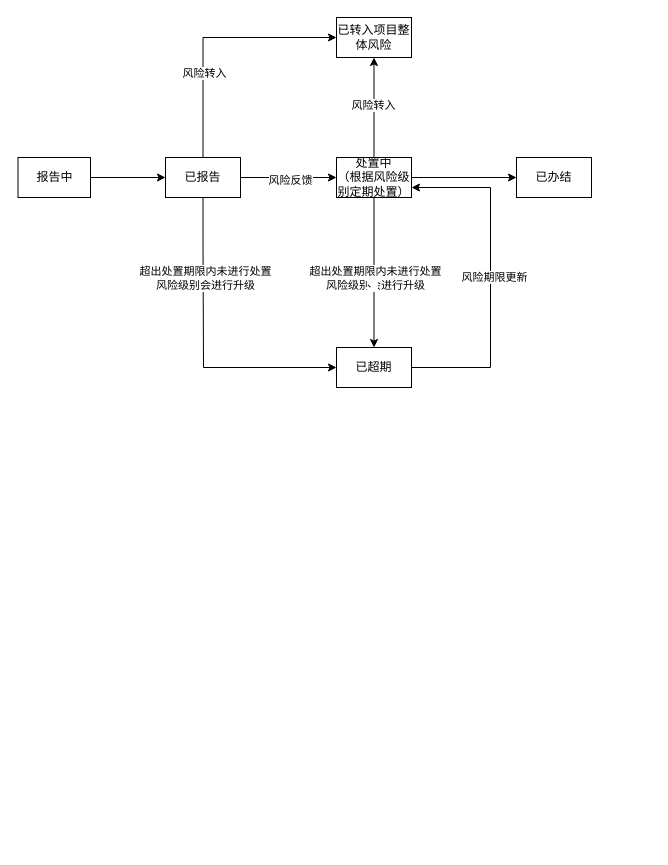
Above: draw/工作.drawio in BxcGit/draw (draw.io), before the change. Source tidied: cells renumbered, new cells numbered last; positions are measured from the earlier drawing's top-left corner, leaving out a move shared by most shapes. Both pictures are drawn from the tidied source at 100%, with x=0, y=0 at pixel (18, 17).
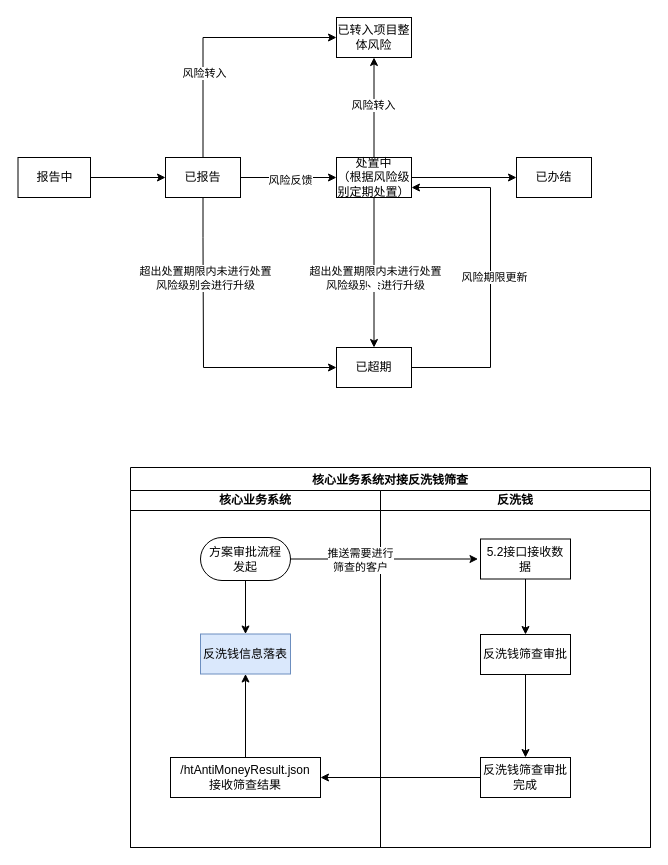
The same page after the edit.

Change to the diagram source:
```diff
@@
+    <mxCell id="23" value="核心业务系统对接反洗钱筛查" style="swimlane;" parent="1" vertex="1">
+      <mxGeometry x="112" y="450" width="520" height="380" as="geometry" />
+    </mxCell>
+    <mxCell id="24" value="核心业务系统" style="swimlane;startSize=20;whiteSpace=wrap;html=1;" parent="23" vertex="1">
+      <mxGeometry y="23" width="250" height="357" as="geometry" />
+    </mxCell>
+    <mxCell id="25" style="edgeStyle=orthogonalEdgeStyle;rounded=0;jettySize=auto;html=1;entryX=0.5;entryY=0;entryDx=0;entryDy=0;" parent="24" edge="1" source="26" target="27">
+      <mxGeometry relative="1" as="geometry" />
+    </mxCell>
+    <mxCell id="26" value="方案审批流程&lt;div&gt;发起&lt;/div&gt;" style="rounded=1;whiteSpace=wrap;html=1;arcSize=50;" parent="24" vertex="1">
+      <mxGeometry x="70" y="47" width="90" height="43" as="geometry" />
+    </mxCell>
+    <mxCell id="27" value="反洗钱信息落表" style="rounded=0;whiteSpace=wrap;html=1;align=center;verticalAlign=middle;fillColor=#dae8fc;strokeColor=#6c8ebf;" parent="24" vertex="1">
+      <mxGeometry x="70" y="143.5" width="90" height="40" as="geometry" />
+    </mxCell>
+    <mxCell id="28" style="edgeStyle=orthogonalEdgeStyle;rounded=0;jettySize=auto;html=1;entryX=0.5;entryY=1;entryDx=0;entryDy=0;" parent="24" edge="1" source="29" target="27">
+      <mxGeometry relative="1" as="geometry" />
+    </mxCell>
+    <mxCell id="29" value="/htAntiMoneyResult.json&lt;div&gt;接收筛查结果&lt;/div&gt;" style="rounded=0;whiteSpace=wrap;html=1;align=center;verticalAlign=middle;" parent="24" vertex="1">
+      <mxGeometry x="40" y="267" width="150" height="40" as="geometry" />
+    </mxCell>
+    <mxCell id="30" value="反洗钱" style="swimlane;startSize=20;whiteSpace=wrap;html=1;" parent="23" vertex="1">
+      <mxGeometry x="250" y="23" width="270" height="357" as="geometry" />
+    </mxCell>
+    <mxCell id="31" style="edgeStyle=orthogonalEdgeStyle;rounded=0;jettySize=auto;html=1;entryX=0.5;entryY=0;entryDx=0;entryDy=0;" parent="30" edge="1" source="32" target="34">
+      <mxGeometry relative="1" as="geometry" />
+    </mxCell>
+    <mxCell id="32" value="5.2接口接收数据" style="rounded=0;whiteSpace=wrap;html=1;align=center;verticalAlign=middle;" parent="30" vertex="1">
+      <mxGeometry x="100" y="48.5" width="90" height="40" as="geometry" />
+    </mxCell>
+    <mxCell id="33" style="edgeStyle=orthogonalEdgeStyle;rounded=0;jettySize=auto;html=1;" parent="30" edge="1" source="34" target="35">
+      <mxGeometry relative="1" as="geometry" />
+    </mxCell>
+    <mxCell id="34" value="反洗钱筛查审批" style="rounded=0;whiteSpace=wrap;html=1;align=center;verticalAlign=middle;" parent="30" vertex="1">
+      <mxGeometry x="100" y="144" width="90" height="40" as="geometry" />
+    </mxCell>
+    <mxCell id="35" value="反洗钱筛查审批完成" style="rounded=0;whiteSpace=wrap;html=1;align=center;verticalAlign=middle;" parent="30" vertex="1">
+      <mxGeometry x="100" y="267" width="90" height="40" as="geometry" />
+    </mxCell>
+    <mxCell id="36" style="edgeStyle=orthogonalEdgeStyle;rounded=0;jettySize=auto;html=1;" parent="23" edge="1" source="26">
+      <mxGeometry relative="1" as="geometry">
+        <mxPoint x="347.5" y="91.5" as="targetPoint" />
+      </mxGeometry>
+    </mxCell>
+    <mxCell id="37" value="推送需要进行&lt;div&gt;筛查的客户&lt;/div&gt;" style="edgeLabel;html=1;align=center;verticalAlign=middle;" parent="36" vertex="1">
+      <mxGeometry x="-0.27" y="-1" relative="1" as="geometry" />
+    </mxCell>
+    <mxCell id="38" style="edgeStyle=orthogonalEdgeStyle;rounded=0;jettySize=auto;html=1;entryX=1;entryY=0.5;entryDx=0;entryDy=0;" parent="23" edge="1" source="35" target="29">
+      <mxGeometry relative="1" as="geometry" />
+    </mxCell>
```
